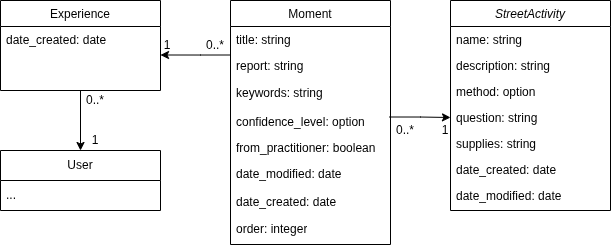
Earlier version of the draw.io export architecture/streetactivity_domainmodel.png (MxTheo/travelingguestbook). Source tidied: cells renumbered, new cells last; positions are measured from the earlier drawing's top-left corner, leaving out a move shared by most shapes.
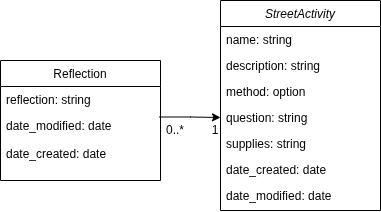
After the change.

Commit message:
Update of domain model

Change to the diagram source:
```diff
@@ -26,35 +26,22 @@
     <mxCell id="9" value="date_modified: date" style="text;align=left;verticalAlign=top;spacingLeft=4;spacingRight=4;overflow=hidden;" parent="2" vertex="1">
       <mxGeometry y="182" width="160" height="26" as="geometry" />
     </mxCell>
-    <mxCell id="10" value="Moment" style="swimlane;fontStyle=0;align=center;verticalAlign=top;horizontal=1;startSize=26;rounded=0;shadow=0;strokeWidth=1;" parent="1" vertex="1">
-      <mxGeometry x="230" width="160" height="244" as="geometry" />
+    <mxCell id="10" value="Reflection" style="swimlane;fontStyle=0;align=center;verticalAlign=top;horizontal=1;startSize=26;rounded=0;shadow=0;strokeWidth=1;" parent="1" vertex="1">
+      <mxGeometry x="230" y="60" width="160" height="120" as="geometry" />
     </mxCell>
-    <mxCell id="11" value="title: string" style="text;align=left;verticalAlign=top;spacingLeft=4;spacingRight=4;overflow=hidden;" parent="10" vertex="1">
-      <mxGeometry y="26" width="160" height="26" as="geometry" />
-    </mxCell>
-    <mxCell id="12" value="report: string" style="text;align=left;verticalAlign=top;spacingLeft=4;spacingRight=4;overflow=hidden;rounded=0;shadow=0;html=0;" parent="10" vertex="1">
-      <mxGeometry y="52" width="160" height="26" as="geometry" />
+    <mxCell id="12" value="reflection: string" style="text;align=left;verticalAlign=top;spacingLeft=4;spacingRight=4;overflow=hidden;rounded=0;shadow=0;html=0;" parent="10" vertex="1">
+      <mxGeometry y="26" width="160" height="26" as="geometry" />
     </mxCell>
-    <mxCell id="13" value="keywords: string" style="text;strokeColor=none;fillColor=none;align=left;verticalAlign=middle;spacingLeft=4;spacingRight=4;overflow=hidden;whiteSpace=wrap;html=1;" parent="10" vertex="1">
-      <mxGeometry y="78" width="160" height="30" as="geometry" />
-    </mxCell>
-    <mxCell id="14" value="confidence_level: option" style="text;align=left;verticalAlign=top;spacingLeft=4;spacingRight=4;overflow=hidden;points=[[0,0.5],[1,0.5]];portConstraint=eastwest;rounded=0;shadow=0;html=0;" parent="10" vertex="1">
-      <mxGeometry y="108" width="160" height="26" as="geometry" />
-    </mxCell>
-    <mxCell id="15" value="from_practitioner: boolean" style="text;align=left;verticalAlign=top;spacingLeft=4;spacingRight=4;overflow=hidden;rounded=0;shadow=0;html=0;" parent="10" vertex="1">
-      <mxGeometry y="134" width="160" height="26" as="geometry" />
-    </mxCell>
     <mxCell id="16" value="date_modified: date" style="text;align=left;verticalAlign=top;spacingLeft=4;spacingRight=4;overflow=hidden;rounded=0;shadow=0;html=0;" parent="10" vertex="1">
-      <mxGeometry y="160" width="160" height="28" as="geometry" />
+      <mxGeometry y="52" width="160" height="28" as="geometry" />
     </mxCell>
     <mxCell id="17" value="date_created: date" style="text;align=left;verticalAlign=top;spacingLeft=4;spacingRight=4;overflow=hidden;rounded=0;shadow=0;html=0;" parent="10" vertex="1">
-      <mxGeometry y="188" width="160" height="26" as="geometry" />
+      <mxGeometry y="80" width="160" height="26" as="geometry" />
     </mxCell>
-    <mxCell id="18" value="order: integer" style="text;strokeColor=none;fillColor=none;align=left;verticalAlign=middle;spacingLeft=4;spacingRight=4;overflow=hidden;whiteSpace=wrap;html=1;" parent="10" vertex="1">
-      <mxGeometry y="214" width="160" height="30" as="geometry" />
-    </mxCell>
-    <mxCell id="19" style="edgeStyle=orthogonalEdgeStyle;rounded=0;jettySize=auto;html=1;entryX=0;entryY=0.5;entryDx=0;entryDy=0;exitX=0.994;exitY=0.327;exitDx=0;exitDy=0;exitPerimeter=0;" parent="1" edge="1" source="14" target="6">
-      <mxGeometry relative="1" as="geometry" />
+    <mxCell id="19" style="edgeStyle=orthogonalEdgeStyle;rounded=0;jettySize=auto;html=1;entryX=0;entryY=0.5;entryDx=0;entryDy=0;exitX=0.994;exitY=0.327;exitDx=0;exitDy=0;exitPerimeter=0;" parent="1" edge="1" target="6">
+      <mxGeometry relative="1" as="geometry">
+        <mxPoint x="389" y="116.5" as="sourcePoint" />
+      </mxGeometry>
     </mxCell>
     <mxCell id="20" value="0..*" style="text;html=1;align=center;verticalAlign=middle;whiteSpace=wrap;rounded=0;" parent="1" vertex="1">
       <mxGeometry x="390" y="120" width="30" height="20" as="geometry" />
@@ -62,42 +49,5 @@
     <mxCell id="21" value="1" style="text;html=1;align=center;verticalAlign=middle;whiteSpace=wrap;rounded=0;" parent="1" vertex="1">
       <mxGeometry x="440" y="120" width="10" height="20" as="geometry" />
     </mxCell>
-    <mxCell id="22" style="edgeStyle=orthogonalEdgeStyle;rounded=0;jettySize=auto;html=1;exitX=0.5;exitY=1;exitDx=0;exitDy=0;entryX=0.5;entryY=0;entryDx=0;entryDy=0;" parent="1" edge="1" source="23" target="25">
-      <mxGeometry relative="1" as="geometry" />
-    </mxCell>
-    <mxCell id="23" value="Experience" style="swimlane;fontStyle=0;align=center;verticalAlign=top;horizontal=1;startSize=26;rounded=0;shadow=0;strokeWidth=1;" parent="1" vertex="1">
-      <mxGeometry width="160" height="90" as="geometry" />
-    </mxCell>
-    <mxCell id="24" value="date_created: date" style="text;align=left;verticalAlign=top;spacingLeft=4;spacingRight=4;overflow=hidden;" parent="23" vertex="1">
-      <mxGeometry y="26" width="160" height="26" as="geometry" />
-    </mxCell>
-    <mxCell id="25" value="User" style="swimlane;fontStyle=0;horizontal=1;startSize=30;whiteSpace=wrap;html=1;" parent="1" vertex="1">
-      <mxGeometry y="150" width="160" height="60" as="geometry" />
-    </mxCell>
-    <mxCell id="26" value="..." style="text;strokeColor=none;fillColor=none;align=left;verticalAlign=middle;spacingLeft=4;spacingRight=4;overflow=hidden;whiteSpace=wrap;html=1;" parent="25" vertex="1">
-      <mxGeometry y="30" width="160" height="30" as="geometry" />
-    </mxCell>
-    <mxCell id="27" style="edgeStyle=orthogonalEdgeStyle;rounded=0;orthogonalLoop=1;jettySize=auto;html=1;" parent="1" edge="1">
-      <mxGeometry relative="1" as="geometry">
-        <mxPoint x="230" y="54.5" as="sourcePoint" />
-        <mxPoint x="160" y="54.5" as="targetPoint" />
-        <Array as="points">
-          <mxPoint x="200" y="54.5" />
-          <mxPoint x="200" y="54.5" />
-        </Array>
-      </mxGeometry>
-    </mxCell>
-    <mxCell id="28" value="0..*" style="text;html=1;align=center;verticalAlign=middle;whiteSpace=wrap;rounded=0;" parent="1" vertex="1">
-      <mxGeometry x="200" y="35" width="30" height="20" as="geometry" />
-    </mxCell>
-    <mxCell id="29" value="1" style="text;html=1;align=center;verticalAlign=middle;whiteSpace=wrap;rounded=0;" parent="1" vertex="1">
-      <mxGeometry x="162" y="35" width="10" height="20" as="geometry" />
-    </mxCell>
-    <mxCell id="30" value="1" style="text;html=1;align=center;verticalAlign=middle;whiteSpace=wrap;rounded=0;" parent="1" vertex="1">
-      <mxGeometry x="90" y="130" width="10" height="20" as="geometry" />
-    </mxCell>
-    <mxCell id="31" value="0..*" style="text;html=1;align=center;verticalAlign=middle;whiteSpace=wrap;rounded=0;" parent="1" vertex="1">
-      <mxGeometry x="80" y="90" width="30" height="20" as="geometry" />
-    </mxCell>
   </root>
 </mxGraphModel>
```
